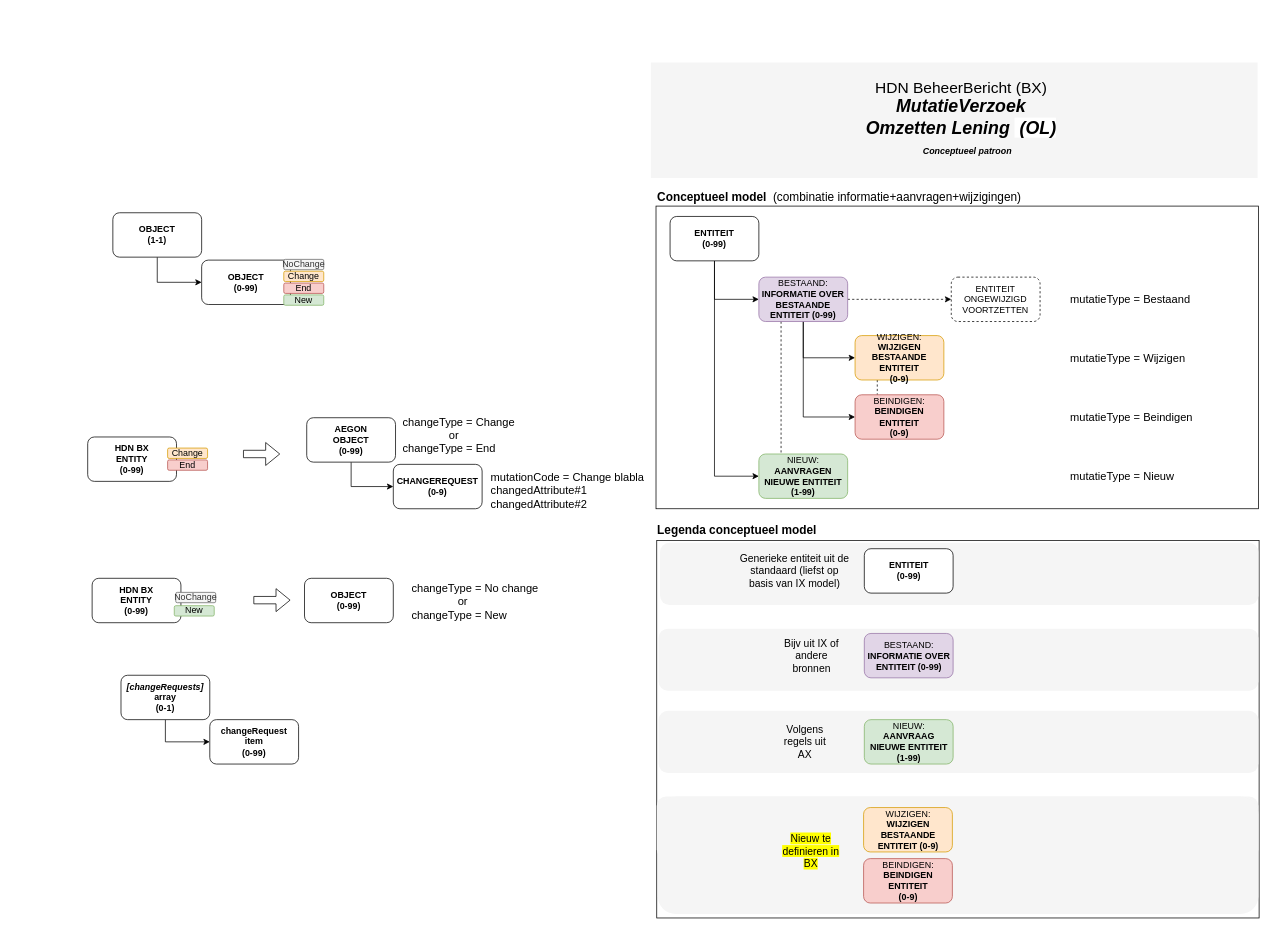
luchthandel/diagrams keeps this draw.io diagram as page "PatroonConcept" (5 of 15) of BX_Omzetten_Lening.drawio. Above is the earlier version. Source tidied: cells renumbered, new cells numbered last; positions are measured from the earlier drawing's top-left corner, leaving out a move shared by most shapes. Both pictures are drawn from the tidied source at 74%, with x=0, y=0 at pixel (87, 62).
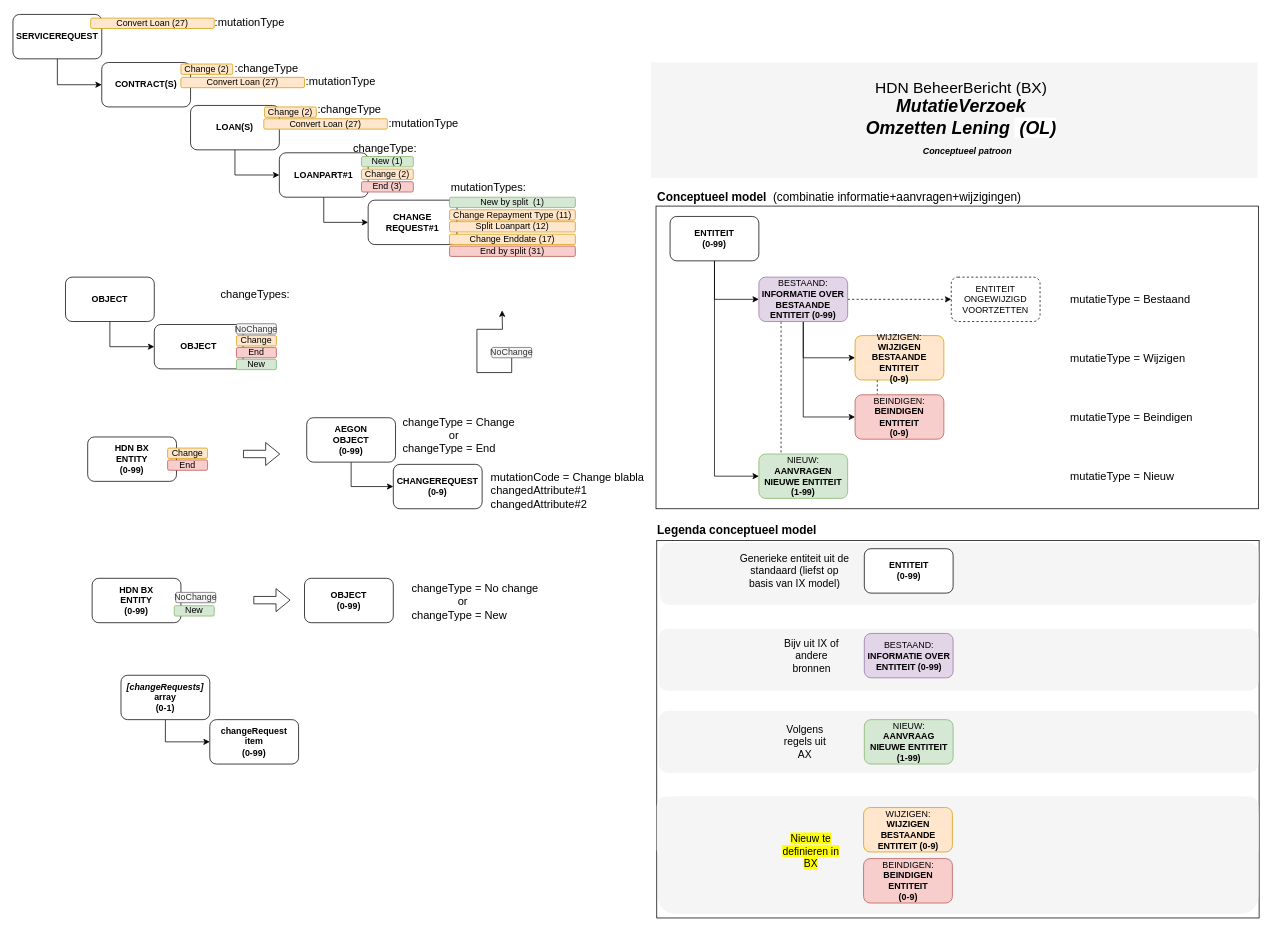
After the change.

What changed in the source:
```diff
@@
-    <mxCell id="41" value="OBJECT&lt;br&gt;(1-1)" style="rounded=1;whiteSpace=wrap;html=1;fontStyle=1;" parent="1" vertex="1">
-      <mxGeometry x="34" y="203" width="120" height="60" as="geometry" />
+    <mxCell id="41" value="OBJECT" style="rounded=1;whiteSpace=wrap;html=1;fontStyle=1;" parent="1" vertex="1">
+      <mxGeometry x="-30" y="290" width="120" height="60" as="geometry" />
     </mxCell>
-    <mxCell id="42" value="OBJECT&lt;br&gt;(0-99)" style="rounded=1;whiteSpace=wrap;html=1;fontStyle=1;" parent="1" vertex="1">
-      <mxGeometry x="154" y="267" width="120" height="60" as="geometry" />
+    <mxCell id="42" value="OBJECT" style="rounded=1;whiteSpace=wrap;html=1;fontStyle=1;" parent="1" vertex="1">
+      <mxGeometry x="90" y="354" width="120" height="60" as="geometry" />
     </mxCell>
     <mxCell id="43" value="&lt;span style=&quot;font-weight: 400&quot;&gt;NoChange&lt;/span&gt;" style="rounded=1;whiteSpace=wrap;html=1;fontStyle=1;fillColor=#f5f5f5;strokeColor=#666666;fontColor=#333333;" parent="1" vertex="1">
-      <mxGeometry x="265" y="266" width="54" height="14" as="geometry" />
+      <mxGeometry x="201" y="353" width="54" height="14" as="geometry" />
     </mxCell>
     <mxCell id="44" value="&lt;span style=&quot;font-weight: 400&quot;&gt;Change&lt;/span&gt;" style="rounded=1;whiteSpace=wrap;html=1;fontStyle=1;fillColor=#ffe6cc;strokeColor=#d79b00;" parent="1" vertex="1">
-      <mxGeometry x="265" y="282" width="54" height="14" as="geometry" />
+      <mxGeometry x="201" y="369" width="54" height="14" as="geometry" />
     </mxCell>
     <mxCell id="45" value="&lt;span style=&quot;font-weight: 400&quot;&gt;End&lt;/span&gt;" style="rounded=1;whiteSpace=wrap;html=1;fontStyle=1;fillColor=#f8cecc;strokeColor=#b85450;" parent="1" vertex="1">
-      <mxGeometry x="265" y="298" width="54" height="14" as="geometry" />
+      <mxGeometry x="201" y="385" width="54" height="14" as="geometry" />
     </mxCell>
     <mxCell id="46" value="&lt;span style=&quot;font-weight: 400&quot;&gt;New&lt;/span&gt;" style="rounded=1;whiteSpace=wrap;html=1;fontStyle=1;fillColor=#d5e8d4;strokeColor=#82b366;" parent="1" vertex="1">
-      <mxGeometry x="265" y="314" width="54" height="14" as="geometry" />
+      <mxGeometry x="201" y="401" width="54" height="14" as="geometry" />
     </mxCell>
@@
+    <mxCell id="65" value="&lt;span style=&quot;font-weight: normal&quot;&gt;changeTypes:&lt;br&gt;&lt;/span&gt;" style="text;html=1;strokeColor=none;fillColor=none;align=left;verticalAlign=middle;whiteSpace=wrap;rounded=0;fontStyle=1;fontSize=15;" parent="1" vertex="1">
+      <mxGeometry x="178" y="275" width="192" height="75" as="geometry" />
+    </mxCell>
+    <mxCell id="66" style="edgeStyle=orthogonalEdgeStyle;rounded=0;jettySize=auto;html=1;exitX=0.5;exitY=1;exitDx=0;exitDy=0;entryX=0;entryY=0.5;entryDx=0;entryDy=0;" parent="1" edge="1" source="67" target="69">
+      <mxGeometry relative="1" as="geometry" />
+    </mxCell>
+    <mxCell id="67" value="LOAN(S)" style="rounded=1;whiteSpace=wrap;html=1;fontStyle=1;" parent="1" vertex="1">
+      <mxGeometry x="139" y="58" width="120" height="60" as="geometry" />
+    </mxCell>
+    <mxCell id="68" style="edgeStyle=orthogonalEdgeStyle;rounded=0;jettySize=auto;html=1;exitX=0.5;exitY=1;exitDx=0;exitDy=0;entryX=0;entryY=0.5;entryDx=0;entryDy=0;" parent="1" edge="1" source="69" target="76">
+      <mxGeometry relative="1" as="geometry" />
+    </mxCell>
+    <mxCell id="69" value="LOANPART#1" style="rounded=1;whiteSpace=wrap;html=1;fontStyle=1;" parent="1" vertex="1">
+      <mxGeometry x="259" y="122" width="120" height="60" as="geometry" />
+    </mxCell>
+    <mxCell id="70" style="edgeStyle=orthogonalEdgeStyle;rounded=0;jettySize=auto;html=1;exitX=0.5;exitY=1;exitDx=0;exitDy=0;" parent="1" edge="1" source="71">
+      <mxGeometry relative="1" as="geometry">
+        <mxPoint x="560" y="335" as="targetPoint" />
+      </mxGeometry>
+    </mxCell>
+    <mxCell id="71" value="&lt;span style=&quot;font-weight: 400&quot;&gt;NoChange&lt;/span&gt;" style="rounded=1;whiteSpace=wrap;html=1;fontStyle=1;fillColor=#f5f5f5;strokeColor=#666666;fontColor=#333333;" parent="1" vertex="1">
+      <mxGeometry x="546" y="385" width="54" height="14" as="geometry" />
+    </mxCell>
+    <mxCell id="72" value="&lt;span style=&quot;font-weight: 400&quot;&gt;Change (2)&lt;/span&gt;" style="rounded=1;whiteSpace=wrap;html=1;fontStyle=1;fillColor=#ffe6cc;strokeColor=#d79b00;" parent="1" vertex="1">
+      <mxGeometry x="370" y="144" width="70" height="14" as="geometry" />
+    </mxCell>
+    <mxCell id="73" value="&lt;span style=&quot;font-weight: 400&quot;&gt;End (3)&lt;/span&gt;" style="rounded=1;whiteSpace=wrap;html=1;fontStyle=1;fillColor=#f8cecc;strokeColor=#b85450;" parent="1" vertex="1">
+      <mxGeometry x="370" y="161" width="70" height="14" as="geometry" />
+    </mxCell>
+    <mxCell id="74" value="&lt;span style=&quot;font-weight: 400&quot;&gt;New (1)&lt;/span&gt;" style="rounded=1;whiteSpace=wrap;html=1;fontStyle=1;fillColor=#d5e8d4;strokeColor=#82b366;" parent="1" vertex="1">
+      <mxGeometry x="370" y="127" width="70" height="14" as="geometry" />
+    </mxCell>
+    <mxCell id="75" value="&lt;span style=&quot;font-weight: normal&quot;&gt;changeType:&lt;br&gt;&lt;/span&gt;" style="text;html=1;strokeColor=none;fillColor=none;align=left;verticalAlign=middle;whiteSpace=wrap;rounded=0;fontStyle=1;fontSize=15;" parent="1" vertex="1">
+      <mxGeometry x="357" y="103.5" width="96" height="23.5" as="geometry" />
+    </mxCell>
+    <mxCell id="76" value="CHANGE&lt;br&gt;REQUEST#1" style="rounded=1;whiteSpace=wrap;html=1;fontStyle=1;" parent="1" vertex="1">
+      <mxGeometry x="379" y="186" width="120" height="60" as="geometry" />
+    </mxCell>
+    <mxCell id="77" value="&lt;span style=&quot;font-weight: normal&quot;&gt;mutationTypes:&lt;br&gt;&lt;/span&gt;" style="text;html=1;strokeColor=none;fillColor=none;align=left;verticalAlign=middle;whiteSpace=wrap;rounded=0;fontStyle=1;fontSize=15;" parent="1" vertex="1">
+      <mxGeometry x="489" y="156" width="96" height="23.5" as="geometry" />
+    </mxCell>
+    <mxCell id="78" value="&lt;span style=&quot;font-weight: 400&quot;&gt;Change Repayment Type (11)&lt;/span&gt;" style="rounded=1;whiteSpace=wrap;html=1;fontStyle=1;fillColor=#ffe6cc;strokeColor=#d79b00;" parent="1" vertex="1">
+      <mxGeometry x="489" y="199" width="170" height="14" as="geometry" />
+    </mxCell>
+    <mxCell id="79" value="&lt;span style=&quot;font-weight: 400&quot;&gt;New by split&amp;nbsp; (1)&lt;/span&gt;" style="rounded=1;whiteSpace=wrap;html=1;fontStyle=1;fillColor=#d5e8d4;strokeColor=#82b366;" parent="1" vertex="1">
+      <mxGeometry x="489" y="182" width="170" height="14" as="geometry" />
+    </mxCell>
+    <mxCell id="80" value="&lt;span style=&quot;font-weight: 400&quot;&gt;Split Loanpart (12)&lt;/span&gt;" style="rounded=1;whiteSpace=wrap;html=1;fontStyle=1;fillColor=#ffe6cc;strokeColor=#d79b00;" parent="1" vertex="1">
+      <mxGeometry x="489" y="215" width="170" height="14" as="geometry" />
+    </mxCell>
+    <mxCell id="81" value="&lt;span style=&quot;font-weight: 400&quot;&gt;Change Enddate (17)&lt;/span&gt;" style="rounded=1;whiteSpace=wrap;html=1;fontStyle=1;fillColor=#ffe6cc;strokeColor=#d79b00;" parent="1" vertex="1">
+      <mxGeometry x="489" y="232" width="170" height="14" as="geometry" />
+    </mxCell>
+    <mxCell id="82" value="&lt;span style=&quot;font-weight: 400&quot;&gt;End by split (31)&lt;/span&gt;" style="rounded=1;whiteSpace=wrap;html=1;fontStyle=1;fillColor=#f8cecc;strokeColor=#b85450;" parent="1" vertex="1">
+      <mxGeometry x="489" y="248" width="170" height="14" as="geometry" />
+    </mxCell>
+    <mxCell id="83" value="CONTRACT(S)" style="rounded=1;whiteSpace=wrap;html=1;fontStyle=1;" parent="1" vertex="1">
+      <mxGeometry x="19" width="120" height="60" as="geometry" />
+    </mxCell>
+    <mxCell id="84" style="edgeStyle=orthogonalEdgeStyle;rounded=0;jettySize=auto;html=1;exitX=0.5;exitY=1;exitDx=0;exitDy=0;entryX=0;entryY=0.5;entryDx=0;entryDy=0;" parent="1" edge="1" source="85" target="83">
+      <mxGeometry relative="1" as="geometry" />
+    </mxCell>
+    <mxCell id="85" value="SERVICEREQUEST" style="rounded=1;whiteSpace=wrap;html=1;fontStyle=1;" parent="1" vertex="1">
+      <mxGeometry x="-101" y="-65" width="120" height="60" as="geometry" />
+    </mxCell>
+    <mxCell id="86" value="&lt;span style=&quot;font-weight: 400&quot;&gt;Convert Loan (27)&lt;/span&gt;" style="rounded=1;whiteSpace=wrap;html=1;fontStyle=1;fillColor=#ffe6cc;strokeColor=#d79b00;" parent="1" vertex="1">
+      <mxGeometry x="4" y="-60" width="167" height="14" as="geometry" />
+    </mxCell>
+    <mxCell id="87" value="&lt;span style=&quot;font-weight: 400&quot;&gt;Convert Loan (27)&lt;/span&gt;" style="rounded=1;whiteSpace=wrap;html=1;fontStyle=1;fillColor=#ffe6cc;strokeColor=#d79b00;" parent="1" vertex="1">
+      <mxGeometry x="126" y="20" width="167" height="14" as="geometry" />
+    </mxCell>
+    <mxCell id="88" value="&lt;span style=&quot;font-weight: 400&quot;&gt;Convert Loan (27)&lt;/span&gt;" style="rounded=1;whiteSpace=wrap;html=1;fontStyle=1;fillColor=#ffe6cc;strokeColor=#d79b00;" parent="1" vertex="1">
+      <mxGeometry x="238" y="76" width="167" height="14" as="geometry" />
+    </mxCell>
+    <mxCell id="89" value="&lt;span style=&quot;font-weight: 400&quot;&gt;Change (2)&lt;/span&gt;" style="rounded=1;whiteSpace=wrap;html=1;fontStyle=1;fillColor=#ffe6cc;strokeColor=#d79b00;" parent="1" vertex="1">
+      <mxGeometry x="239" y="60" width="70" height="14" as="geometry" />
+    </mxCell>
+    <mxCell id="90" value="&lt;span style=&quot;font-weight: 400&quot;&gt;Change (2)&lt;/span&gt;" style="rounded=1;whiteSpace=wrap;html=1;fontStyle=1;fillColor=#ffe6cc;strokeColor=#d79b00;" parent="1" vertex="1">
+      <mxGeometry x="126" y="2" width="70" height="14" as="geometry" />
+    </mxCell>
+    <mxCell id="91" value="&lt;span style=&quot;font-weight: normal&quot;&gt;:changeType&lt;br&gt;&lt;/span&gt;" style="text;html=1;strokeColor=none;fillColor=none;align=left;verticalAlign=middle;whiteSpace=wrap;rounded=0;fontStyle=1;fontSize=15;" parent="1" vertex="1">
+      <mxGeometry x="197" y="-5" width="96" height="23.5" as="geometry" />
+    </mxCell>
+    <mxCell id="92" value="&lt;span style=&quot;font-weight: normal&quot;&gt;:mutationType&lt;br&gt;&lt;/span&gt;" style="text;html=1;strokeColor=none;fillColor=none;align=left;verticalAlign=middle;whiteSpace=wrap;rounded=0;fontStyle=1;fontSize=15;" parent="1" vertex="1">
+      <mxGeometry x="293" y="13" width="96" height="23.5" as="geometry" />
+    </mxCell>
+    <mxCell id="93" value="&lt;span style=&quot;font-weight: normal&quot;&gt;:mutationType&lt;br&gt;&lt;/span&gt;" style="text;html=1;strokeColor=none;fillColor=none;align=left;verticalAlign=middle;whiteSpace=wrap;rounded=0;fontStyle=1;fontSize=15;" parent="1" vertex="1">
+      <mxGeometry x="170" y="-67" width="96" height="23.5" as="geometry" />
+    </mxCell>
+    <mxCell id="94" value="&lt;span style=&quot;font-weight: normal&quot;&gt;:changeType&lt;br&gt;&lt;/span&gt;" style="text;html=1;strokeColor=none;fillColor=none;align=left;verticalAlign=middle;whiteSpace=wrap;rounded=0;fontStyle=1;fontSize=15;" parent="1" vertex="1">
+      <mxGeometry x="309" y="51.4" width="96" height="23.5" as="geometry" />
+    </mxCell>
+    <mxCell id="95" value="&lt;span style=&quot;font-weight: normal&quot;&gt;:mutationType&lt;br&gt;&lt;/span&gt;" style="text;html=1;strokeColor=none;fillColor=none;align=left;verticalAlign=middle;whiteSpace=wrap;rounded=0;fontStyle=1;fontSize=15;" parent="1" vertex="1">
+      <mxGeometry x="405" y="69.4" width="96" height="23.5" as="geometry" />
+    </mxCell>
```
